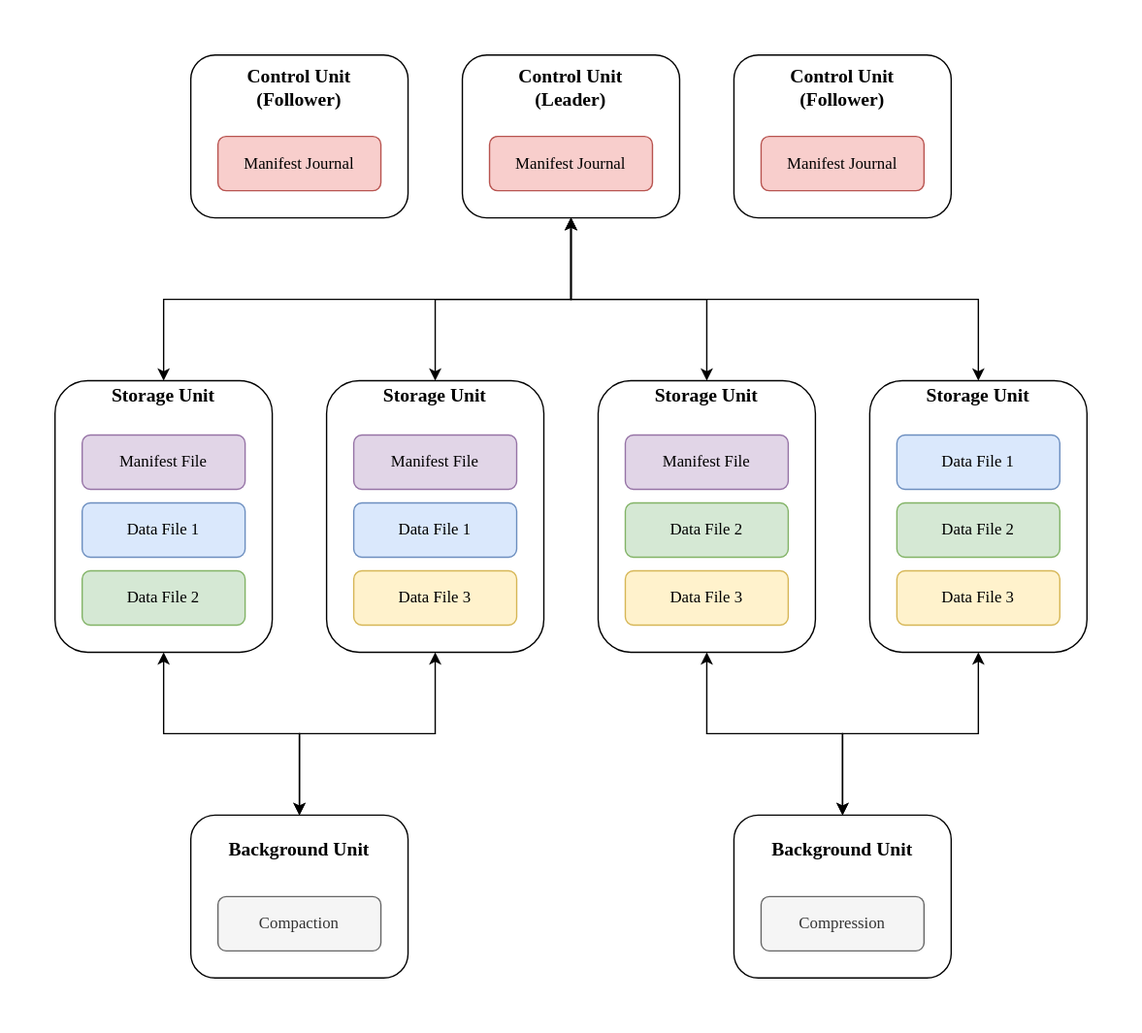
This is docs/images/2021-08-01-storage-architecture.drawio.svg from engula/engula, a draw.io export, as it was before one commit. Source tidied: cells renumbered, new cells last; positions are measured from the earlier drawing's top-left corner, leaving out a move shared by most shapes.
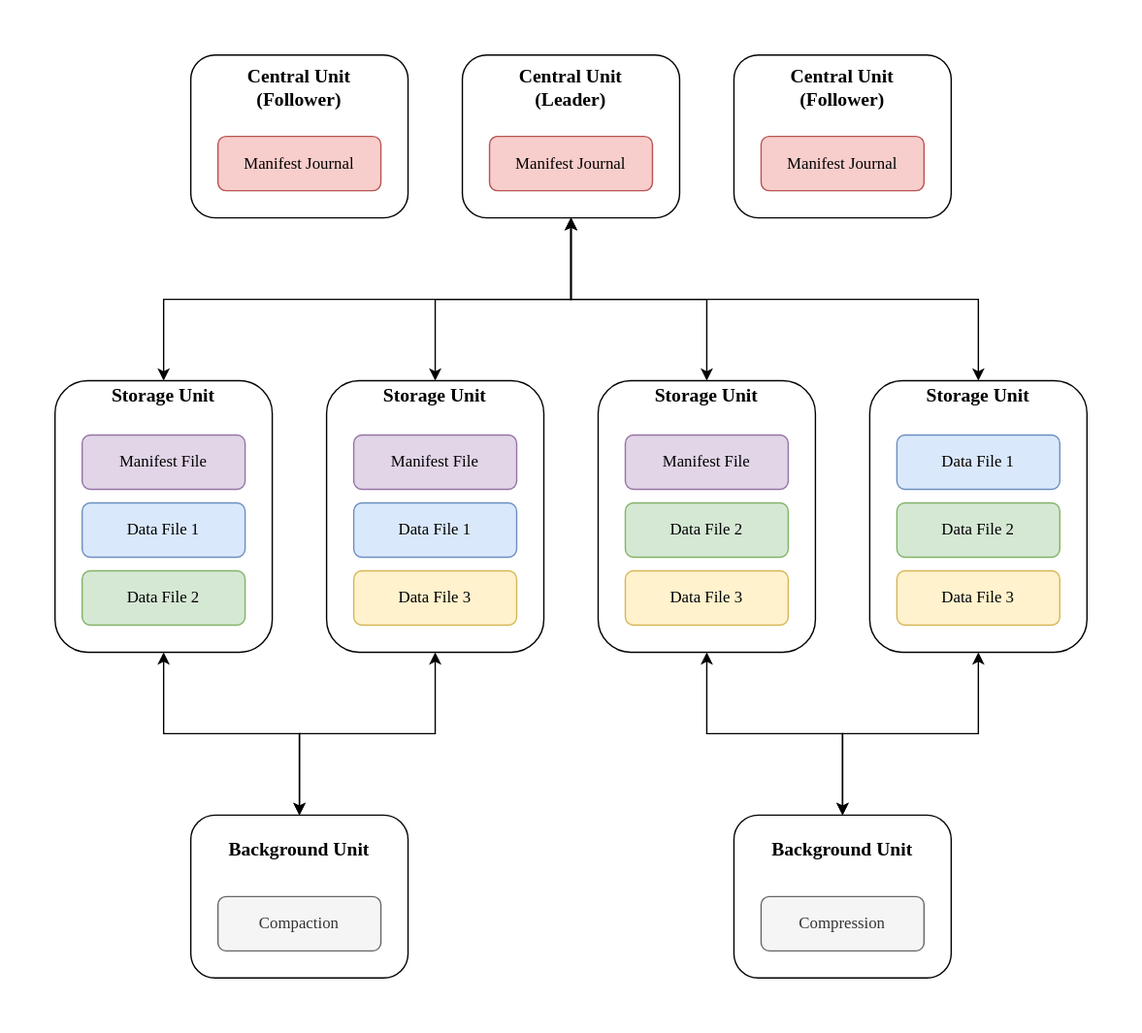
Above is the later version.

Commit message:
Improve the journal and storage design

Change to the diagram source:
```diff
@@ -53,7 +53,7 @@
     <mxCell id="18" value="Data File 3" style="rounded=1;whiteSpace=wrap;html=1;labelBackgroundColor=none;fillColor=#fff2cc;strokeColor=#d6b656;fontFamily=Operator Mono;" parent="1" vertex="1">
       <mxGeometry x="660" y="420" width="120" height="40" as="geometry" />
     </mxCell>
-    <mxCell id="19" value="&lt;font style=&quot;font-size: 14px&quot;&gt;&lt;b&gt;&lt;font face=&quot;Operator Mono&quot;&gt;&lt;font style=&quot;font-size: 14px&quot;&gt;Control Unit&lt;br&gt;&lt;/font&gt;(Follower)&lt;br&gt;&lt;br&gt;&lt;br&gt;&lt;br&gt;&lt;/font&gt;&lt;br&gt;&lt;/b&gt;&lt;/font&gt;" style="rounded=1;whiteSpace=wrap;html=1;" parent="1" vertex="1">
+    <mxCell id="19" value="&lt;font style=&quot;font-size: 14px&quot;&gt;&lt;b&gt;&lt;font face=&quot;Operator Mono&quot;&gt;&lt;font style=&quot;font-size: 14px&quot;&gt;Central Unit&lt;br&gt;&lt;/font&gt;(Follower)&lt;br&gt;&lt;br&gt;&lt;br&gt;&lt;br&gt;&lt;/font&gt;&lt;br&gt;&lt;/b&gt;&lt;/font&gt;" style="rounded=1;whiteSpace=wrap;html=1;" parent="1" vertex="1">
       <mxGeometry x="140" y="40" width="160" height="120" as="geometry" />
     </mxCell>
     <mxCell id="20" value="Manifest Journal" style="rounded=1;whiteSpace=wrap;html=1;fillColor=#f8cecc;strokeColor=#b85450;fontFamily=Operator Mono;" parent="1" vertex="1">
@@ -71,13 +71,13 @@
     <mxCell id="24" style="edgeStyle=orthogonalEdgeStyle;rounded=0;jettySize=auto;html=1;exitX=0.5;exitY=1;exitDx=0;exitDy=0;startArrow=classic;startFill=1;" parent="1" edge="1" source="25" target="15">
       <mxGeometry relative="1" as="geometry" />
     </mxCell>
-    <mxCell id="25" value="&lt;font style=&quot;font-size: 14px&quot;&gt;&lt;b&gt;&lt;font face=&quot;Operator Mono&quot;&gt;&lt;font style=&quot;font-size: 14px&quot;&gt;Control Unit&lt;br&gt;&lt;/font&gt;(Leader)&lt;br&gt;&lt;br&gt;&lt;br&gt;&lt;br&gt;&lt;/font&gt;&lt;br&gt;&lt;/b&gt;&lt;/font&gt;" style="rounded=1;whiteSpace=wrap;html=1;" parent="1" vertex="1">
+    <mxCell id="25" value="&lt;font style=&quot;font-size: 14px&quot;&gt;&lt;b&gt;&lt;font face=&quot;Operator Mono&quot;&gt;&lt;font style=&quot;font-size: 14px&quot;&gt;Central Unit&lt;br&gt;&lt;/font&gt;(Leader)&lt;br&gt;&lt;br&gt;&lt;br&gt;&lt;br&gt;&lt;/font&gt;&lt;br&gt;&lt;/b&gt;&lt;/font&gt;" style="rounded=1;whiteSpace=wrap;html=1;" parent="1" vertex="1">
       <mxGeometry x="340" y="40" width="160" height="120" as="geometry" />
     </mxCell>
     <mxCell id="26" value="Manifest Journal" style="rounded=1;whiteSpace=wrap;html=1;fillColor=#f8cecc;strokeColor=#b85450;fontFamily=Operator Mono;" parent="1" vertex="1">
       <mxGeometry x="360" y="100" width="120" height="40" as="geometry" />
     </mxCell>
-    <mxCell id="27" value="&lt;font style=&quot;font-size: 14px&quot;&gt;&lt;b&gt;&lt;font face=&quot;Operator Mono&quot;&gt;&lt;font style=&quot;font-size: 14px&quot;&gt;Control Unit&lt;br&gt;&lt;/font&gt;(Follower)&lt;br&gt;&lt;br&gt;&lt;br&gt;&lt;br&gt;&lt;/font&gt;&lt;br&gt;&lt;/b&gt;&lt;/font&gt;" style="rounded=1;whiteSpace=wrap;html=1;" parent="1" vertex="1">
+    <mxCell id="27" value="&lt;font style=&quot;font-size: 14px&quot;&gt;&lt;b&gt;&lt;font face=&quot;Operator Mono&quot;&gt;&lt;font style=&quot;font-size: 14px&quot;&gt;Central Unit&lt;br&gt;&lt;/font&gt;(Follower)&lt;br&gt;&lt;br&gt;&lt;br&gt;&lt;br&gt;&lt;/font&gt;&lt;br&gt;&lt;/b&gt;&lt;/font&gt;" style="rounded=1;whiteSpace=wrap;html=1;" parent="1" vertex="1">
       <mxGeometry x="540" y="40" width="160" height="120" as="geometry" />
     </mxCell>
     <mxCell id="28" value="Manifest Journal" style="rounded=1;whiteSpace=wrap;html=1;fillColor=#f8cecc;strokeColor=#b85450;fontFamily=Operator Mono;" parent="1" vertex="1">
```
